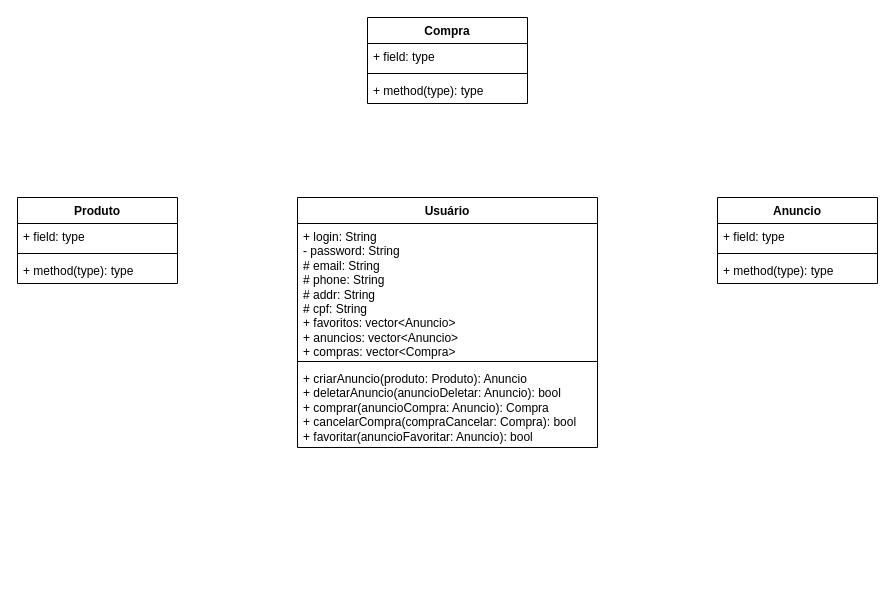
Earlier version of the draw.io diagram Aula_02/Exercicios/ex006.drawio (Gabi-r7/Programacao_1_Cpp). Source tidied: cells renumbered, new cells numbered last; positions are measured from the earlier drawing's top-left corner, leaving out a move shared by most shapes. Both pictures are drawn from the tidied source at 100%, with x=0, y=0 at pixel (17, 17).
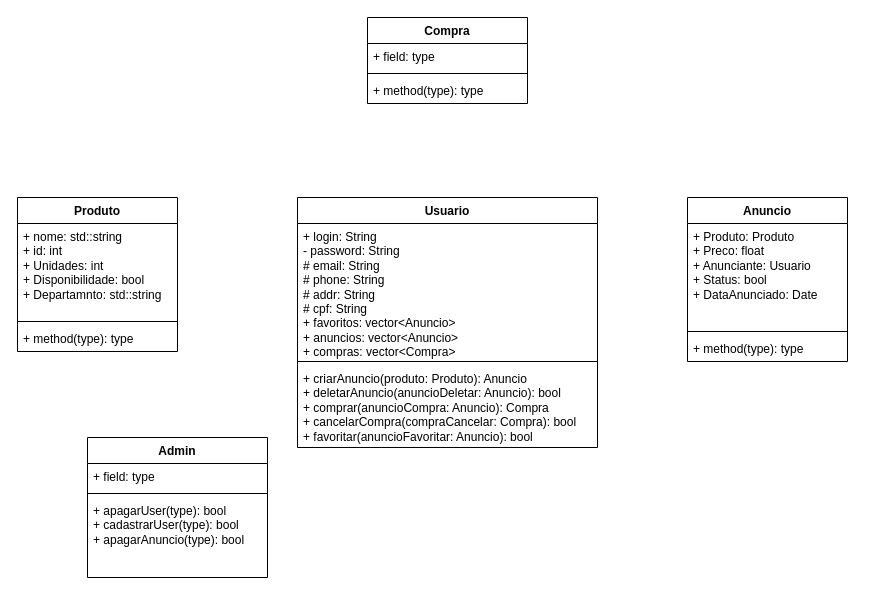
The same page after the edit.

Diff of the diagram source:
```diff
@@
-    <mxCell id="2" value="Usuário" style="swimlane;fontStyle=1;align=center;verticalAlign=top;horizontal=1;startSize=26;whiteSpace=wrap;html=1;" parent="1" vertex="1">
+    <mxCell id="2" value="Usuario" style="swimlane;fontStyle=1;align=center;verticalAlign=top;horizontal=1;startSize=26;whiteSpace=wrap;html=1;" parent="1" vertex="1">
       <mxGeometry x="280" y="180" width="300" height="250" as="geometry" />
     </mxCell>
@@
     <mxCell id="6" value="Anuncio" style="swimlane;fontStyle=1;align=center;verticalAlign=top;horizontal=1;startSize=26;whiteSpace=wrap;html=1;" parent="1" vertex="1">
-      <mxGeometry x="700" y="180" width="160" height="86" as="geometry" />
+      <mxGeometry x="670" y="180" width="160" height="164" as="geometry" />
     </mxCell>
-    <mxCell id="7" value="+ field: type" style="text;strokeColor=none;fillColor=none;align=left;verticalAlign=top;spacingLeft=4;spacingRight=4;overflow=hidden;whiteSpace=wrap;html=1;" parent="6" vertex="1">
-      <mxGeometry y="26" width="160" height="26" as="geometry" />
+    <mxCell id="7" value="+ Produto: Produto&lt;div&gt;+ Preco: float&lt;/div&gt;&lt;div&gt;+ Anunciante: Usuario&lt;/div&gt;&lt;div&gt;+ Status: bool&lt;/div&gt;&lt;div&gt;+ DataAnunciado: Date&lt;/div&gt;" style="text;strokeColor=none;fillColor=none;align=left;verticalAlign=top;spacingLeft=4;spacingRight=4;overflow=hidden;whiteSpace=wrap;html=1;" parent="6" vertex="1">
+      <mxGeometry y="26" width="160" height="104" as="geometry" />
     </mxCell>
     <mxCell id="8" style="line;strokeWidth=1;fillColor=none;align=left;verticalAlign=middle;spacingTop=-1;spacingLeft=3;spacingRight=3;labelPosition=right;strokeColor=inherit;" parent="6" vertex="1">
-      <mxGeometry y="52" width="160" height="8" as="geometry" />
+      <mxGeometry y="130" width="160" height="8" as="geometry" />
     </mxCell>
     <mxCell id="9" value="+ method(type): type" style="text;strokeColor=none;fillColor=none;align=left;verticalAlign=top;spacingLeft=4;spacingRight=4;overflow=hidden;whiteSpace=wrap;html=1;" parent="6" vertex="1">
-      <mxGeometry y="60" width="160" height="26" as="geometry" />
+      <mxGeometry y="138" width="160" height="26" as="geometry" />
     </mxCell>
     <mxCell id="10" value="Produto" style="swimlane;fontStyle=1;align=center;verticalAlign=top;horizontal=1;startSize=26;whiteSpace=wrap;html=1;" parent="1" vertex="1">
-      <mxGeometry y="180" width="160" height="86" as="geometry" />
+      <mxGeometry y="180" width="160" height="154" as="geometry" />
     </mxCell>
-    <mxCell id="11" value="+ field: type" style="text;strokeColor=none;fillColor=none;align=left;verticalAlign=top;spacingLeft=4;spacingRight=4;overflow=hidden;whiteSpace=wrap;html=1;" parent="10" vertex="1">
-      <mxGeometry y="26" width="160" height="26" as="geometry" />
+    <mxCell id="11" value="+ nome: std::string&lt;div&gt;+ id: int&lt;/div&gt;&lt;div&gt;+ Unidades: int&lt;/div&gt;&lt;div&gt;+ Disponibilidade: bool&lt;/div&gt;&lt;div&gt;+ Departamnto: std::string&lt;/div&gt;" style="text;strokeColor=none;fillColor=none;align=left;verticalAlign=top;spacingLeft=4;spacingRight=4;overflow=hidden;whiteSpace=wrap;html=1;" parent="10" vertex="1">
+      <mxGeometry y="26" width="160" height="94" as="geometry" />
     </mxCell>
     <mxCell id="12" style="line;strokeWidth=1;fillColor=none;align=left;verticalAlign=middle;spacingTop=-1;spacingLeft=3;spacingRight=3;labelPosition=right;strokeColor=inherit;" parent="10" vertex="1">
-      <mxGeometry y="52" width="160" height="8" as="geometry" />
+      <mxGeometry y="120" width="160" height="8" as="geometry" />
     </mxCell>
     <mxCell id="13" value="+ method(type): type" style="text;strokeColor=none;fillColor=none;align=left;verticalAlign=top;spacingLeft=4;spacingRight=4;overflow=hidden;whiteSpace=wrap;html=1;" parent="10" vertex="1">
-      <mxGeometry y="60" width="160" height="26" as="geometry" />
+      <mxGeometry y="128" width="160" height="26" as="geometry" />
     </mxCell>
@@
+    <mxCell id="18" value="Admin" style="swimlane;fontStyle=1;align=center;verticalAlign=top;horizontal=1;startSize=26;whiteSpace=wrap;html=1;" parent="1" vertex="1">
+      <mxGeometry x="70" y="420" width="180" height="140" as="geometry" />
+    </mxCell>
+    <mxCell id="19" value="+ field: type" style="text;strokeColor=none;fillColor=none;align=left;verticalAlign=top;spacingLeft=4;spacingRight=4;overflow=hidden;whiteSpace=wrap;html=1;" parent="18" vertex="1">
+      <mxGeometry y="26" width="180" height="26" as="geometry" />
+    </mxCell>
+    <mxCell id="20" style="line;strokeWidth=1;fillColor=none;align=left;verticalAlign=middle;spacingTop=-1;spacingLeft=3;spacingRight=3;labelPosition=right;strokeColor=inherit;" parent="18" vertex="1">
+      <mxGeometry y="52" width="180" height="8" as="geometry" />
+    </mxCell>
+    <mxCell id="21" value="+ apagarUser(type): bool&lt;div&gt;+ cadastrarUser(type): bool&lt;/div&gt;&lt;div&gt;+ apagarAnuncio(type): bool&lt;/div&gt;" style="text;strokeColor=none;fillColor=none;align=left;verticalAlign=top;spacingLeft=4;spacingRight=4;overflow=hidden;whiteSpace=wrap;html=1;" parent="18" vertex="1">
+      <mxGeometry y="60" width="180" height="80" as="geometry" />
+    </mxCell>
```
